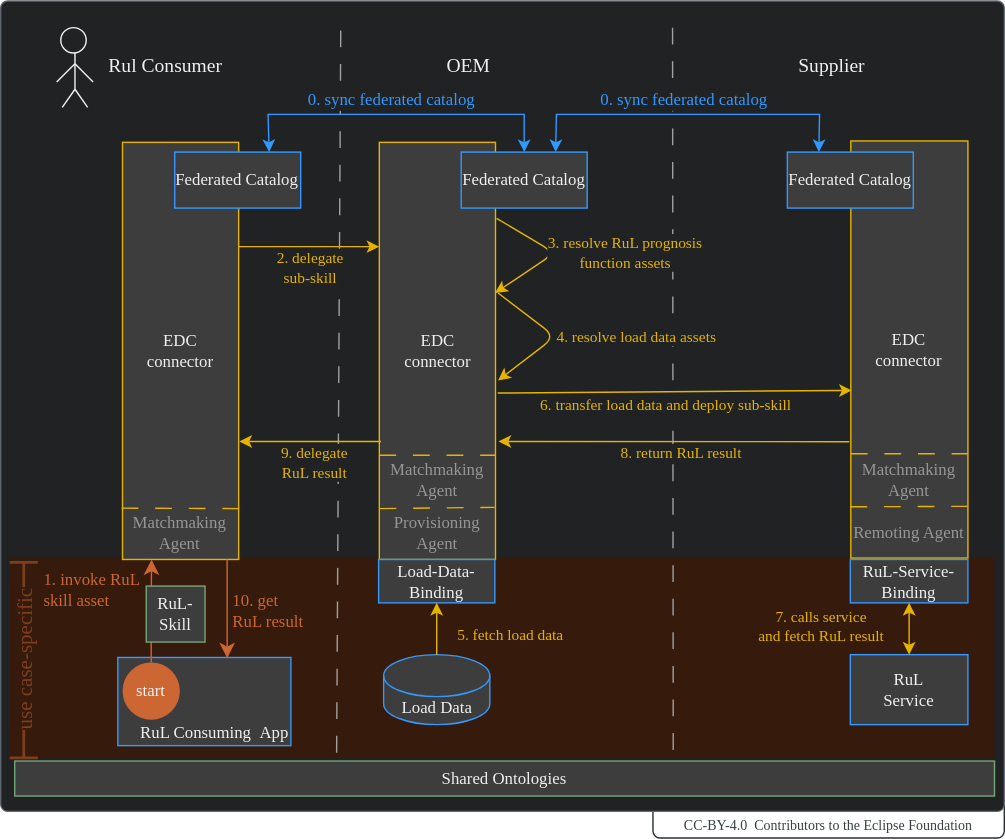
catenax-ng/eclipse-tractusx.github.io keeps this draw.io diagram as docs-kits/kits/behaviour-twin-kit/use-cases/rul/adoption-view/assets/business-process.drawio.svg. Above is the earlier version. Source tidied: cells renumbered, new cells last; positions are measured from the earlier drawing's top-left corner, leaving out a move shared by most shapes.
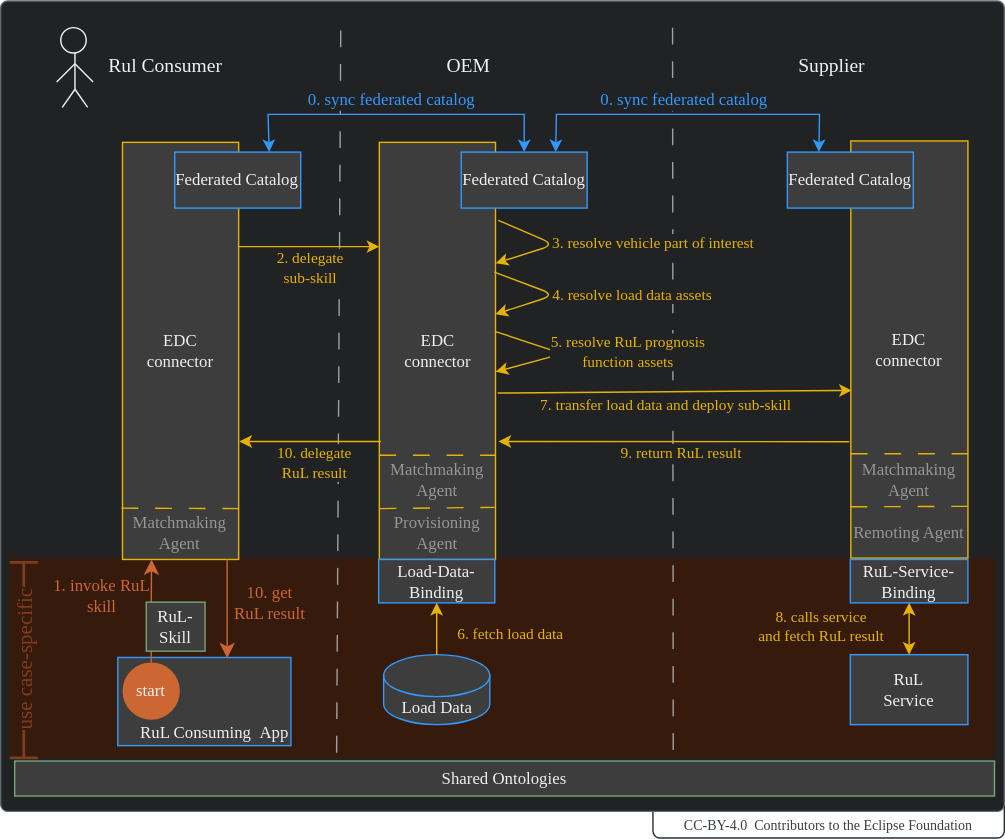
Later version of the same file.

Commit message:
Revised RuL business process.

What changed in the source:
```diff
@@ -144,7 +144,7 @@
     <mxCell id="36" style="endArrow=classic;html=1;strokeColor=#E6B400;fontColor=#F0F0F0;exitX=0.5;exitY=0;exitDx=0;exitDy=0;exitPerimeter=0;entryX=0.5;entryY=1;entryDx=0;entryDy=0;fontFamily=Manrope;" parent="1" edge="1" source="33" target="29">
       <mxGeometry relative="1" as="geometry" />
     </mxCell>
-    <mxCell id="37" value="&lt;font face=&quot;Manrope&quot;&gt;5. fetch load data&lt;/font&gt;" style="edgeLabel;html=1;align=center;verticalAlign=middle;fontColor=#E6B400;labelBackgroundColor=#361B0D;fontFamily=Manrope;" parent="36" vertex="1">
+    <mxCell id="37" value="&lt;font face=&quot;Manrope&quot;&gt;6. fetch load data&lt;/font&gt;" style="edgeLabel;html=1;align=center;verticalAlign=middle;fontColor=#E6B400;labelBackgroundColor=#361B0D;fontFamily=Manrope;" parent="36" vertex="1">
       <mxGeometry x="0.41" y="-1" relative="1" as="geometry">
         <mxPoint x="51" y="11" as="offset" />
       </mxGeometry>
@@ -152,37 +152,37 @@
     <mxCell id="38" value="&lt;font face=&quot;Manrope&quot; color=&quot;#7d3e1f&quot; style=&quot;background-color: rgb(54, 27, 13); font-size: 15px;&quot;&gt;&amp;nbsp;use case-specific&amp;nbsp;&lt;/font&gt;" style="shape=crossbar;whiteSpace=wrap;html=1;rounded=1;labelBackgroundColor=#361B0D;strokeColor=#7D3E1F;fontColor=#F0F0F0;fillColor=#69341A;rotation=-90;strokeWidth=2;fontFamily=Manrope;" parent="1" vertex="1">
       <mxGeometry x="-0.4" y="460.9" width="139.7" height="20" as="geometry" />
     </mxCell>
-    <mxCell id="39" style="endArrow=classic;html=1;fontColor=#E6B400;exitX=1.009;exitY=0.182;exitDx=0;exitDy=0;entryX=0.996;entryY=0.361;entryDx=0;entryDy=0;strokeColor=#E6B400;entryPerimeter=0;exitPerimeter=0;fontFamily=Manrope;" parent="1" edge="1" source="11" target="11">
+    <mxCell id="39" style="endArrow=classic;html=1;fontColor=#E6B400;exitX=1.024;exitY=0.187;exitDx=0;exitDy=0;entryX=1.002;entryY=0.29;entryDx=0;entryDy=0;strokeColor=#E6B400;entryPerimeter=0;exitPerimeter=0;fontFamily=Manrope;" parent="1" edge="1" source="11" target="11">
       <mxGeometry relative="1" as="geometry">
         <Array as="points">
-          <mxPoint x="449" y="180" />
+          <mxPoint x="449" y="174" />
         </Array>
       </mxGeometry>
     </mxCell>
-    <mxCell id="40" value="&lt;font face=&quot;Manrope&quot;&gt;3. resolve RuL prognosis&lt;br&gt;function assets&lt;br&gt;&lt;/font&gt;" style="edgeLabel;html=1;align=center;verticalAlign=middle;labelBackgroundColor=#202224;fontColor=#E6B400;fontFamily=Manrope;" parent="39" vertex="1">
+    <mxCell id="40" value="3. resolve vehicle part of interest&lt;font face=&quot;Manrope&quot;&gt;&lt;br&gt;&lt;/font&gt;" style="edgeLabel;html=1;align=center;verticalAlign=middle;labelBackgroundColor=#202224;fontColor=#E6B400;fontFamily=Manrope;" parent="39" vertex="1">
       <mxGeometry x="0.35" relative="1" as="geometry">
-        <mxPoint x="65" y="-11" as="offset" />
+        <mxPoint x="85" y="-6" as="offset" />
       </mxGeometry>
     </mxCell>
-    <mxCell id="41" style="endArrow=classic;html=1;fontColor=#E6B400;strokeColor=#E6B400;entryX=1.022;entryY=0.571;entryDx=0;entryDy=0;entryPerimeter=0;exitX=1.022;exitY=0.361;exitDx=0;exitDy=0;exitPerimeter=0;fontFamily=Manrope;" parent="1" edge="1" source="11" target="11">
+    <mxCell id="41" style="endArrow=classic;html=1;fontColor=#E6B400;strokeColor=#E6B400;exitX=0.994;exitY=0.453;exitDx=0;exitDy=0;exitPerimeter=0;fontFamily=Manrope;entryX=1.002;entryY=0.55;entryDx=0;entryDy=0;entryPerimeter=0;" parent="1" edge="1" source="11" target="11">
       <mxGeometry relative="1" as="geometry">
         <Array as="points">
-          <mxPoint x="449.2" y="239.8" />
+          <mxPoint x="454.4" y="252" />
         </Array>
       </mxGeometry>
     </mxCell>
-    <mxCell id="42" value="&lt;font face=&quot;Manrope&quot;&gt;4. resolve load data assets&lt;br&gt;&lt;/font&gt;" style="edgeLabel;html=1;align=center;verticalAlign=middle;labelBackgroundColor=#202224;fontColor=#E6B400;fontFamily=Manrope;" parent="41" vertex="1">
+    <mxCell id="42" value="5. resolve RuL prognosis&lt;br&gt;function assets&lt;font face=&quot;Manrope&quot;&gt;&lt;br&gt;&lt;/font&gt;" style="edgeLabel;html=1;align=center;verticalAlign=middle;labelBackgroundColor=#202224;fontColor=#E6B400;fontFamily=Manrope;" parent="41" vertex="1">
       <mxGeometry x="0.35" relative="1" as="geometry">
-        <mxPoint x="71" y="-11" as="offset" />
+        <mxPoint x="62" y="-6" as="offset" />
       </mxGeometry>
     </mxCell>
-    <mxCell id="43" value="&lt;font face=&quot;Manrope&quot;&gt;7. calls service&lt;br&gt;and fetch RuL result&lt;/font&gt;" style="edgeLabel;html=1;align=center;verticalAlign=middle;fontColor=#E6B400;labelBackgroundColor=#361B0D;fontFamily=Manrope;" parent="1" vertex="1">
+    <mxCell id="43" value="&lt;font face=&quot;Manrope&quot;&gt;8. calls service&lt;br&gt;and fetch RuL result&lt;/font&gt;" style="edgeLabel;html=1;align=center;verticalAlign=middle;fontColor=#E6B400;labelBackgroundColor=#361B0D;fontFamily=Manrope;" parent="1" vertex="1">
       <mxGeometry x="639" y="447" as="geometry" />
     </mxCell>
     <mxCell id="44" style="endArrow=classic;html=1;strokeColor=#E6B400;fontColor=#F0F0F0;fontFamily=Manrope;entryX=1.026;entryY=0.717;entryDx=0;entryDy=0;entryPerimeter=0;exitX=-0.013;exitY=0.721;exitDx=0;exitDy=0;exitPerimeter=0;" parent="1" edge="1" source="12" target="11">
       <mxGeometry relative="1" as="geometry" />
     </mxCell>
-    <mxCell id="45" value="&lt;font face=&quot;Manrope&quot;&gt;8. return RuL result&lt;/font&gt;" style="edgeLabel;html=1;align=center;verticalAlign=middle;fontColor=#E6B400;labelBackgroundColor=#202224;fontFamily=Manrope;" parent="44" vertex="1">
+    <mxCell id="45" value="&lt;font face=&quot;Manrope&quot;&gt;9. return RuL result&lt;/font&gt;" style="edgeLabel;html=1;align=center;verticalAlign=middle;fontColor=#E6B400;labelBackgroundColor=#202224;fontFamily=Manrope;" parent="44" vertex="1">
       <mxGeometry x="0.41" y="-1" relative="1" as="geometry">
         <mxPoint x="56" y="9" as="offset" />
       </mxGeometry>
@@ -190,7 +190,7 @@
     <mxCell id="46" style="endArrow=classic;html=1;strokeColor=#E6B400;fontColor=#F0F0F0;entryX=0.008;entryY=0.598;entryDx=0;entryDy=0;fontFamily=Manrope;exitX=1.019;exitY=0.601;exitDx=0;exitDy=0;exitPerimeter=0;entryPerimeter=0;" parent="1" edge="1" source="11" target="12">
       <mxGeometry relative="1" as="geometry" />
     </mxCell>
-    <mxCell id="47" value="6. transfer load data and deploy sub-skill" style="edgeLabel;html=1;align=center;verticalAlign=middle;fontColor=#E6B400;labelBackgroundColor=#202224;fontFamily=Manrope;" parent="46" vertex="1">
+    <mxCell id="47" value="7. transfer load data and deploy sub-skill" style="edgeLabel;html=1;align=center;verticalAlign=middle;fontColor=#E6B400;labelBackgroundColor=#202224;fontFamily=Manrope;" parent="46" vertex="1">
       <mxGeometry x="0.41" y="-1" relative="1" as="geometry">
         <mxPoint x="-59" y="9" as="offset" />
       </mxGeometry>
@@ -198,7 +198,7 @@
     <mxCell id="48" style="endArrow=classic;html=1;strokeColor=#E6B400;fontColor=#F0F0F0;fontFamily=Manrope;exitX=0.014;exitY=0.717;exitDx=0;exitDy=0;exitPerimeter=0;entryX=1.006;entryY=0.717;entryDx=0;entryDy=0;entryPerimeter=0;" parent="1" edge="1" source="11" target="10">
       <mxGeometry relative="1" as="geometry" />
     </mxCell>
-    <mxCell id="49" value="&lt;font face=&quot;Manrope&quot;&gt;9. delegate&lt;br&gt;RuL result&lt;/font&gt;" style="edgeLabel;html=1;align=center;verticalAlign=middle;fontColor=#E6B400;labelBackgroundColor=#202224;fontFamily=Manrope;" parent="48" vertex="1">
+    <mxCell id="49" value="&lt;font face=&quot;Manrope&quot;&gt;10. delegate&lt;br&gt;RuL result&lt;/font&gt;" style="edgeLabel;html=1;align=center;verticalAlign=middle;fontColor=#E6B400;labelBackgroundColor=#202224;fontFamily=Manrope;" parent="48" vertex="1">
       <mxGeometry x="0.41" y="-1" relative="1" as="geometry">
         <mxPoint x="24" y="16" as="offset" />
       </mxGeometry>
@@ -209,9 +209,9 @@
     <mxCell id="51" style="edgeStyle=elbowEdgeStyle;elbow=vertical;endArrow=classic;html=1;curved=0;rounded=0;endSize=8;startSize=8;strokeColor=#CC6633;fontSize=12;fontColor=#F0F0F0;exitX=0.5;exitY=0;exitDx=0;exitDy=0;fontFamily=Manrope;entryX=0.25;entryY=1;entryDx=0;entryDy=0;" parent="1" edge="1" source="53" target="10">
       <mxGeometry relative="1" as="geometry" />
     </mxCell>
-    <mxCell id="52" value="&lt;font face=&quot;Manrope&quot;&gt;1. invoke RuL&lt;br&gt;skill asset&lt;/font&gt;" style="edgeLabel;html=1;align=left;verticalAlign=middle;fontSize=12;fontColor=#CC6633;labelBackgroundColor=#361B0D;fontFamily=Manrope;" parent="51" vertex="1">
+    <mxCell id="52" value="&lt;font face=&quot;Manrope&quot;&gt;1. invoke RuL&lt;br&gt;skill&lt;/font&gt;" style="edgeLabel;html=1;align=center;verticalAlign=middle;fontSize=12;fontColor=#CC6633;labelBackgroundColor=#361B0D;fontFamily=Manrope;" parent="51" vertex="1">
       <mxGeometry x="-0.72" y="-3" relative="1" as="geometry">
-        <mxPoint x="-82" y="-42" as="offset" />
+        <mxPoint x="-39" y="-37" as="offset" />
       </mxGeometry>
     </mxCell>
     <mxCell id="53" value="&lt;font face=&quot;Manrope&quot;&gt;start&lt;/font&gt;" style="ellipse;whiteSpace=wrap;html=1;strokeColor=none;fontSize=12;fontColor=#F0F0F0;fillColor=#CC6633;fontFamily=Manrope;" parent="1" vertex="1">
@@ -239,9 +239,9 @@
         </Array>
       </mxGeometry>
     </mxCell>
-    <mxCell id="60" value="&lt;font face=&quot;Manrope&quot;&gt;10. get&lt;br&gt;RuL result&lt;/font&gt;" style="edgeLabel;html=1;align=left;verticalAlign=middle;fontSize=12;fontColor=#CC6633;labelBackgroundColor=#361B0D;fontFamily=Manrope;" parent="59" vertex="1">
+    <mxCell id="60" value="&lt;font face=&quot;Manrope&quot;&gt;10. get&lt;br&gt;RuL result&lt;/font&gt;" style="edgeLabel;html=1;align=center;verticalAlign=middle;fontSize=12;fontColor=#CC6633;labelBackgroundColor=#361B0D;fontFamily=Manrope;" parent="59" vertex="1">
       <mxGeometry x="-0.72" y="-3" relative="1" as="geometry">
-        <mxPoint x="5" y="27" as="offset" />
+        <mxPoint x="33" y="21" as="offset" />
       </mxGeometry>
     </mxCell>
     <mxCell id="61" style="endArrow=none;html=1;fontColor=#969696;exitX=-0.003;exitY=0.877;exitDx=0;exitDy=0;entryX=0.997;entryY=0.876;entryDx=0;entryDy=0;entryPerimeter=0;exitPerimeter=0;dashed=1;dashPattern=12 12;strokeColor=#E6B400;" parent="1" edge="1" source="12" target="12">
@@ -265,7 +265,19 @@
       <mxGeometry relative="1" as="geometry" />
     </mxCell>
     <mxCell id="67" value="&lt;font style=&quot;font-size: 12px;&quot; face=&quot;Manrope&quot;&gt;RuL-&lt;br&gt;Skill&lt;br&gt;&lt;/font&gt;" style="rounded=0;whiteSpace=wrap;html=1;strokeColor=#74A678;fillColor=#3D3D3D;fillStyle=solid;fontColor=#F0F0F0;fontFamily=Manrope;" parent="1" vertex="1">
-      <mxGeometry x="157" y="418" width="42" height="40" as="geometry" />
+      <mxGeometry x="157" y="429.5" width="42" height="35" as="geometry" />
     </mxCell>
+    <mxCell id="68" style="endArrow=classic;html=1;fontColor=#E6B400;exitX=0.99;exitY=0.311;exitDx=0;exitDy=0;entryX=0.999;entryY=0.412;entryDx=0;entryDy=0;strokeColor=#E6B400;entryPerimeter=0;exitPerimeter=0;fontFamily=Manrope;" parent="1" edge="1" source="11" target="11">
+      <mxGeometry relative="1" as="geometry">
+        <Array as="points">
+          <mxPoint x="449" y="210" />
+        </Array>
+      </mxGeometry>
+    </mxCell>
+    <mxCell id="69" value="4. resolve load data assets&lt;font face=&quot;Manrope&quot;&gt;&lt;br&gt;&lt;/font&gt;" style="edgeLabel;html=1;align=center;verticalAlign=middle;labelBackgroundColor=#202224;fontColor=#E6B400;fontFamily=Manrope;" parent="68" vertex="1">
+      <mxGeometry x="0.35" relative="1" as="geometry">
+        <mxPoint x="69" y="-5" as="offset" />
+      </mxGeometry>
+    </mxCell>
   </root>
 </mxGraphModel>
```
